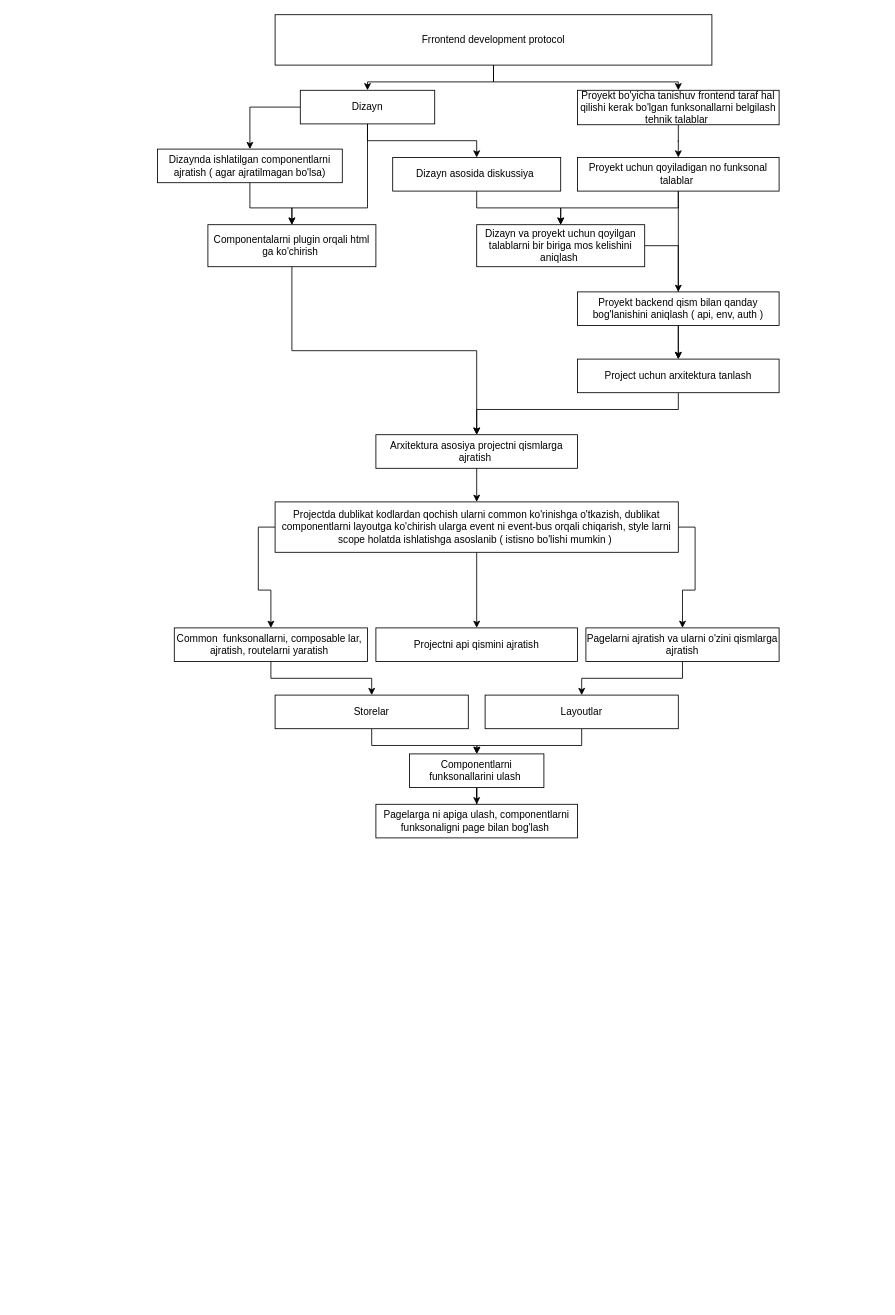
Above: Untitled Diagram.drawio in AkhrorbekDev/diagrams (draw.io), before the change. Source tidied: cells renumbered, new cells numbered last; positions are measured from the earlier drawing's top-left corner, leaving out a move shared by most shapes. Both pictures are drawn from the tidied source at 84%, with x=0, y=0 at pixel (157, 14).
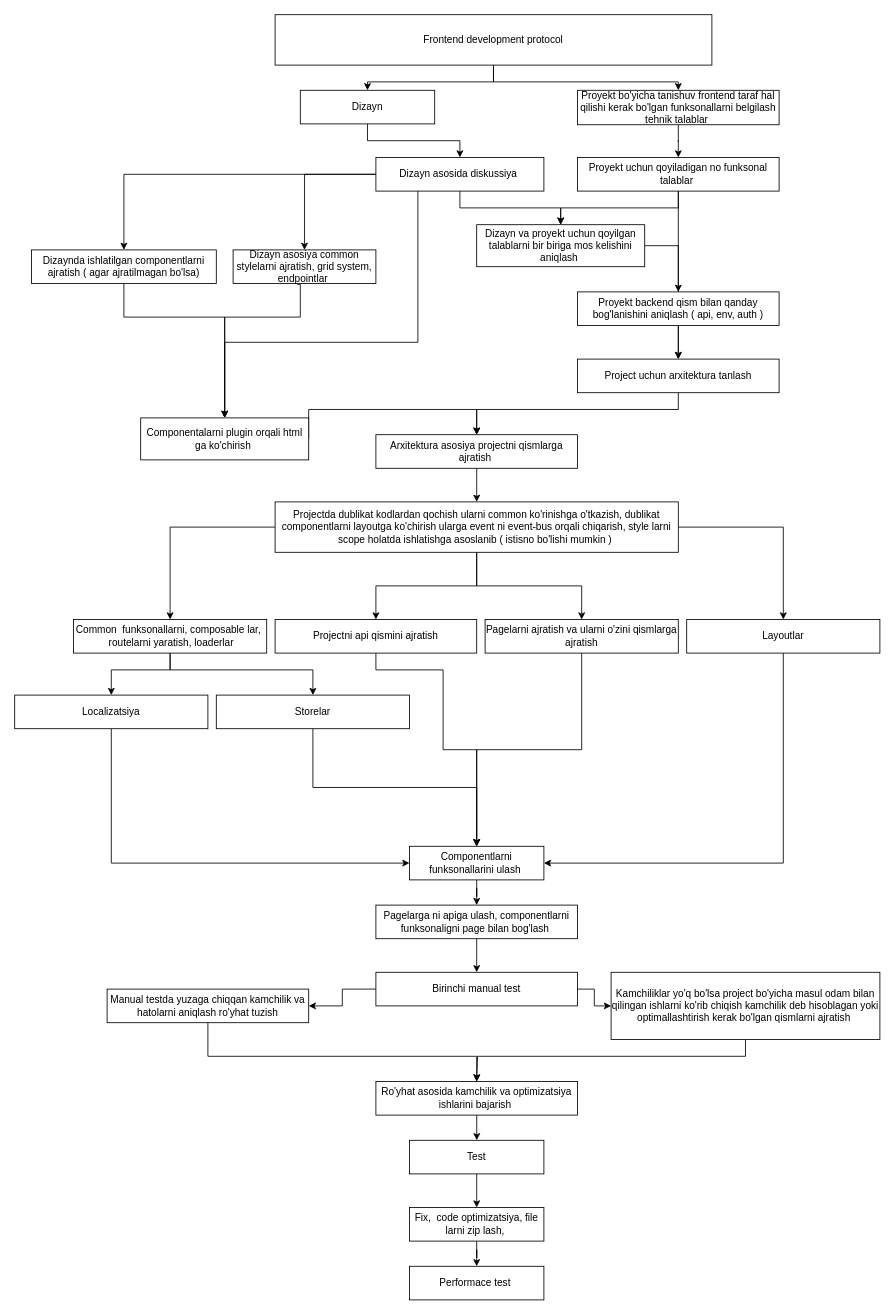
Above is the later version.

Unchanged cells that the change refers to:
```xml
<mxCell id="8" value="Dizayn" style="rounded=0;whiteSpace=wrap;html=1;" parent="1" vertex="1">
  <mxGeometry x="170" y="90" width="160" height="40" as="geometry" />
</mxCell>
<mxCell id="25" value="Arxitektura asosiya projectni qismlarga ajratish&amp;nbsp;" style="rounded=0;whiteSpace=wrap;html=1;" parent="1" vertex="1">
  <mxGeometry x="260" y="500" width="240" height="40" as="geometry" />
</mxCell>
<mxCell id="40" value="Projectda dublikat kodlardan qochish ularni common ko'rinishga o'tkazish, dublikat componentlarni layoutga ko'chirish ularga event ni event-bus orqali chiqarish, style larni scope holatda ishlatishga asoslanib ( istisno bo'lishi mumkin )&amp;nbsp;" style="rounded=0;whiteSpace=wrap;html=1;" parent="1" vertex="1">
  <mxGeometry x="140" y="580" width="480" height="60" as="geometry" />
</mxCell>
```

Change to the diagram source:
```diff
@@
-    <mxCell id="4" value="Frrontend development protocol" style="rounded=0;whiteSpace=wrap;html=1;" parent="1" vertex="1">
+    <mxCell id="4" value="Frontend development protocol" style="rounded=0;whiteSpace=wrap;html=1;" parent="1" vertex="1">
       <mxGeometry x="140" width="520" height="60" as="geometry" />
     </mxCell>
@@
-    <mxCell id="6" style="edgeStyle=orthogonalEdgeStyle;rounded=0;jettySize=auto;html=1;exitX=0.5;exitY=1;exitDx=0;exitDy=0;entryX=0.5;entryY=0;entryDx=0;entryDy=0;" parent="1" edge="1" source="8" target="12">
+    <mxCell id="6" style="edgeStyle=orthogonalEdgeStyle;rounded=0;jettySize=auto;html=1;exitX=0.25;exitY=1;exitDx=0;exitDy=0;entryX=0.5;entryY=0;entryDx=0;entryDy=0;" parent="1" edge="1" source="14" target="12">
       <mxGeometry relative="1" as="geometry">
         <Array as="points">
-          <mxPoint x="250" y="230" />
-          <mxPoint x="160" y="230" />
+          <mxPoint x="310" y="390" />
+          <mxPoint x="80" y="390" />
         </Array>
       </mxGeometry>
     </mxCell>
-    <mxCell id="7" style="edgeStyle=orthogonalEdgeStyle;rounded=0;jettySize=auto;html=1;exitX=0;exitY=0.5;exitDx=0;exitDy=0;entryX=0.5;entryY=0;entryDx=0;entryDy=0;" parent="1" edge="1" source="8" target="10">
+    <mxCell id="7" style="edgeStyle=orthogonalEdgeStyle;rounded=0;jettySize=auto;html=1;exitX=0;exitY=0.5;exitDx=0;exitDy=0;entryX=0.5;entryY=0;entryDx=0;entryDy=0;" parent="1" edge="1" source="14" target="10">
       <mxGeometry relative="1" as="geometry" />
     </mxCell>
+    <mxCell id="44" style="edgeStyle=orthogonalEdgeStyle;rounded=0;jettySize=auto;html=1;exitX=0;exitY=0.5;exitDx=0;exitDy=0;entryX=0.5;entryY=0;entryDx=0;entryDy=0;" parent="1" edge="1" source="14" target="52">
+      <mxGeometry relative="1" as="geometry" />
+    </mxCell>
@@
     <mxCell id="9" style="edgeStyle=orthogonalEdgeStyle;rounded=0;jettySize=auto;html=1;exitX=0.5;exitY=1;exitDx=0;exitDy=0;entryX=0.5;entryY=0;entryDx=0;entryDy=0;" parent="1" edge="1" source="10" target="12">
       <mxGeometry relative="1" as="geometry">
         <Array as="points">
-          <mxPoint x="110" y="230" />
-          <mxPoint x="160" y="230" />
+          <mxPoint x="-40" y="360" />
+          <mxPoint x="80" y="360" />
         </Array>
       </mxGeometry>
     </mxCell>
     <mxCell id="10" value="Dizaynda ishlatilgan componentlarni ajratish ( agar ajratilmagan bo'lsa)" style="rounded=0;whiteSpace=wrap;html=1;" parent="1" vertex="1">
-      <mxGeometry y="160" width="220" height="40" as="geometry" />
+      <mxGeometry x="-150" y="280" width="220" height="40" as="geometry" />
     </mxCell>
-    <mxCell id="11" style="edgeStyle=orthogonalEdgeStyle;rounded=0;jettySize=auto;html=1;exitX=0.5;exitY=1;exitDx=0;exitDy=0;entryX=0.5;entryY=0;entryDx=0;entryDy=0;" parent="1" edge="1" source="12" target="25">
-      <mxGeometry relative="1" as="geometry" />
+    <mxCell id="11" style="edgeStyle=orthogonalEdgeStyle;rounded=0;jettySize=auto;html=1;exitX=1;exitY=0.5;exitDx=0;exitDy=0;entryX=0.5;entryY=0;entryDx=0;entryDy=0;" parent="1" edge="1" source="12" target="25">
+      <mxGeometry relative="1" as="geometry">
+        <Array as="points">
+          <mxPoint x="180" y="505" />
+          <mxPoint x="180" y="470" />
+          <mxPoint x="380" y="470" />
+        </Array>
+      </mxGeometry>
     </mxCell>
     <mxCell id="12" value="Componentalarni plugin orqali html ga ko'chirish&amp;nbsp;" style="rounded=0;whiteSpace=wrap;html=1;" parent="1" vertex="1">
-      <mxGeometry x="60" y="250" width="200" height="50" as="geometry" />
+      <mxGeometry x="-20" y="480" width="200" height="50" as="geometry" />
     </mxCell>
@@
     <mxCell id="14" value="Dizayn asosida diskussiya&amp;nbsp;" style="rounded=0;whiteSpace=wrap;html=1;" parent="1" vertex="1">
-      <mxGeometry x="280" y="170" width="200" height="40" as="geometry" />
+      <mxGeometry x="260" y="170" width="200" height="40" as="geometry" />
     </mxCell>
@@
     <mxCell id="26" style="edgeStyle=orthogonalEdgeStyle;rounded=0;jettySize=auto;html=1;exitX=0.5;exitY=1;exitDx=0;exitDy=0;entryX=0.5;entryY=0;entryDx=0;entryDy=0;" parent="1" edge="1" source="27" target="36">
-      <mxGeometry relative="1" as="geometry" />
+      <mxGeometry relative="1" as="geometry">
+        <Array as="points">
+          <mxPoint x="15" y="780" />
+          <mxPoint x="185" y="780" />
+        </Array>
+      </mxGeometry>
     </mxCell>
+    <mxCell id="45" style="edgeStyle=orthogonalEdgeStyle;rounded=0;jettySize=auto;html=1;exitX=0.5;exitY=1;exitDx=0;exitDy=0;entryX=0.5;entryY=0;entryDx=0;entryDy=0;" parent="1" edge="1" source="27" target="54">
+      <mxGeometry relative="1" as="geometry">
+        <Array as="points">
+          <mxPoint x="15" y="780" />
+          <mxPoint x="-55" y="780" />
+        </Array>
+      </mxGeometry>
+    </mxCell>
-    <mxCell id="27" value="Common&amp;nbsp; funksonallarni, composable lar,&amp;nbsp; ajratish, routelarni yaratish&amp;nbsp;" style="rounded=0;whiteSpace=wrap;html=1;" parent="1" vertex="1">
-      <mxGeometry x="20" y="730" width="230" height="40" as="geometry" />
+    <mxCell id="27" value="Common&amp;nbsp; funksonallarni, composable lar,&amp;nbsp; &amp;nbsp;routelarni yaratish, loaderlar" style="rounded=0;whiteSpace=wrap;html=1;" parent="1" vertex="1">
+      <mxGeometry x="-100" y="720" width="230" height="40" as="geometry" />
     </mxCell>
-    <mxCell id="28" style="edgeStyle=orthogonalEdgeStyle;rounded=0;jettySize=auto;html=1;exitX=0.5;exitY=1;exitDx=0;exitDy=0;" parent="1" edge="1" source="29" target="34">
-      <mxGeometry relative="1" as="geometry" />
-    </mxCell>
+    <mxCell id="46" style="edgeStyle=orthogonalEdgeStyle;rounded=0;jettySize=auto;html=1;exitX=0.5;exitY=1;exitDx=0;exitDy=0;entryX=0.5;entryY=0;entryDx=0;entryDy=0;" parent="1" edge="1" source="29" target="42">
+      <mxGeometry relative="1" as="geometry" />
+    </mxCell>
     <mxCell id="29" value="Pagelarni ajratish va ularni o'zini qismlarga ajratish" style="rounded=0;whiteSpace=wrap;html=1;" parent="1" vertex="1">
-      <mxGeometry x="510" y="730" width="230" height="40" as="geometry" />
+      <mxGeometry x="390" y="720" width="230" height="40" as="geometry" />
     </mxCell>
+    <mxCell id="47" style="edgeStyle=orthogonalEdgeStyle;rounded=0;jettySize=auto;html=1;exitX=0.5;exitY=1;exitDx=0;exitDy=0;" parent="1" edge="1" source="30" target="42">
+      <mxGeometry relative="1" as="geometry">
+        <Array as="points">
+          <mxPoint x="260" y="780" />
+          <mxPoint x="340" y="780" />
+          <mxPoint x="340" y="875" />
+          <mxPoint x="380" y="875" />
+        </Array>
+      </mxGeometry>
+    </mxCell>
     <mxCell id="30" value="Projectni api qismini ajratish" style="rounded=0;whiteSpace=wrap;html=1;" parent="1" vertex="1">
-      <mxGeometry x="260" y="730" width="240" height="40" as="geometry" />
+      <mxGeometry x="140" y="720" width="240" height="40" as="geometry" />
     </mxCell>
@@
-    <mxCell id="33" style="edgeStyle=orthogonalEdgeStyle;rounded=0;jettySize=auto;html=1;exitX=0.5;exitY=1;exitDx=0;exitDy=0;" parent="1" edge="1" source="34">
-      <mxGeometry relative="1" as="geometry">
-        <mxPoint x="380" y="880" as="targetPoint" />
-      </mxGeometry>
-    </mxCell>
+    <mxCell id="48" style="edgeStyle=orthogonalEdgeStyle;rounded=0;jettySize=auto;html=1;exitX=0.5;exitY=1;exitDx=0;exitDy=0;entryX=1;entryY=0.5;entryDx=0;entryDy=0;" parent="1" edge="1" source="34" target="42">
+      <mxGeometry relative="1" as="geometry" />
+    </mxCell>
     <mxCell id="34" value="Layoutlar" style="rounded=0;whiteSpace=wrap;html=1;" parent="1" vertex="1">
-      <mxGeometry x="390" y="810" width="230" height="40" as="geometry" />
+      <mxGeometry x="630" y="720" width="230" height="40" as="geometry" />
     </mxCell>
@@
     <mxCell id="36" value="Storelar" style="rounded=0;whiteSpace=wrap;html=1;" parent="1" vertex="1">
-      <mxGeometry x="140" y="810" width="230" height="40" as="geometry" />
+      <mxGeometry x="70" y="810" width="230" height="40" as="geometry" />
     </mxCell>
@@
-    <mxCell id="39" style="edgeStyle=orthogonalEdgeStyle;rounded=0;jettySize=auto;html=1;exitX=1;exitY=0.5;exitDx=0;exitDy=0;entryX=0.5;entryY=0;entryDx=0;entryDy=0;" parent="1" edge="1" source="40" target="29">
+    <mxCell id="39" style="edgeStyle=orthogonalEdgeStyle;rounded=0;jettySize=auto;html=1;exitX=0.5;exitY=1;exitDx=0;exitDy=0;entryX=0.5;entryY=0;entryDx=0;entryDy=0;" parent="1" edge="1" source="40" target="29">
       <mxGeometry relative="1" as="geometry" />
     </mxCell>
+    <mxCell id="49" style="edgeStyle=orthogonalEdgeStyle;rounded=0;jettySize=auto;html=1;exitX=1;exitY=0.5;exitDx=0;exitDy=0;entryX=0.5;entryY=0;entryDx=0;entryDy=0;" parent="1" edge="1" source="40" target="34">
+      <mxGeometry relative="1" as="geometry" />
+    </mxCell>
@@
     <mxCell id="42" value="Componentlarni funksonallarini ulash&amp;nbsp;" style="rounded=0;whiteSpace=wrap;html=1;" parent="1" vertex="1">
-      <mxGeometry x="300" y="880" width="160" height="40" as="geometry" />
+      <mxGeometry x="300" y="990" width="160" height="40" as="geometry" />
     </mxCell>
+    <mxCell id="50" style="edgeStyle=orthogonalEdgeStyle;rounded=0;jettySize=auto;html=1;" parent="1" edge="1" source="43" target="57">
+      <mxGeometry relative="1" as="geometry" />
+    </mxCell>
     <mxCell id="43" value="Pagelarga ni apiga ulash, componentlarni funksonaligni page bilan bog'lash&amp;nbsp;" style="rounded=0;whiteSpace=wrap;html=1;" parent="1" vertex="1">
-      <mxGeometry x="260" y="940" width="240" height="40" as="geometry" />
+      <mxGeometry x="260" y="1060" width="240" height="40" as="geometry" />
     </mxCell>
+    <mxCell id="51" style="edgeStyle=orthogonalEdgeStyle;rounded=0;jettySize=auto;html=1;entryX=0.5;entryY=0;entryDx=0;entryDy=0;exitX=0.449;exitY=1.025;exitDx=0;exitDy=0;exitPerimeter=0;" parent="1" edge="1" source="52" target="12">
+      <mxGeometry relative="1" as="geometry">
+        <Array as="points">
+          <mxPoint x="170" y="321" />
+          <mxPoint x="170" y="360" />
+          <mxPoint x="80" y="360" />
+        </Array>
+      </mxGeometry>
+    </mxCell>
+    <mxCell id="52" value="Dizayn asosiya common stylelarni ajratish, grid system, endpointlar&amp;nbsp;" style="rounded=0;whiteSpace=wrap;html=1;" parent="1" vertex="1">
+      <mxGeometry x="90" y="280" width="170" height="40" as="geometry" />
+    </mxCell>
+    <mxCell id="53" style="edgeStyle=orthogonalEdgeStyle;rounded=0;jettySize=auto;html=1;exitX=0.5;exitY=1;exitDx=0;exitDy=0;entryX=0;entryY=0.5;entryDx=0;entryDy=0;" parent="1" edge="1" source="54" target="42">
+      <mxGeometry relative="1" as="geometry" />
+    </mxCell>
+    <mxCell id="54" value="Localizatsiya" style="rounded=0;whiteSpace=wrap;html=1;" parent="1" vertex="1">
+      <mxGeometry x="-170" y="810" width="230" height="40" as="geometry" />
+    </mxCell>
+    <mxCell id="55" style="edgeStyle=orthogonalEdgeStyle;rounded=0;jettySize=auto;html=1;" parent="1" edge="1" source="57" target="59">
+      <mxGeometry relative="1" as="geometry" />
+    </mxCell>
+    <mxCell id="56" style="edgeStyle=orthogonalEdgeStyle;rounded=0;jettySize=auto;html=1;" parent="1" edge="1" source="57" target="61">
+      <mxGeometry relative="1" as="geometry" />
+    </mxCell>
+    <mxCell id="57" value="Birinchi manual test" style="rounded=0;whiteSpace=wrap;html=1;" parent="1" vertex="1">
+      <mxGeometry x="260" y="1140" width="240" height="40" as="geometry" />
+    </mxCell>
+    <mxCell id="58" style="edgeStyle=orthogonalEdgeStyle;rounded=0;jettySize=auto;html=1;exitX=0.5;exitY=1;exitDx=0;exitDy=0;" parent="1" edge="1" source="59" target="63">
+      <mxGeometry relative="1" as="geometry">
+        <Array as="points">
+          <mxPoint x="60" y="1240" />
+          <mxPoint x="380" y="1240" />
+        </Array>
+      </mxGeometry>
+    </mxCell>
+    <mxCell id="59" value="Manual testda yuzaga chiqqan kamchilik va hatolarni aniqlash ro'yhat tuzish" style="rounded=0;whiteSpace=wrap;html=1;" parent="1" vertex="1">
+      <mxGeometry x="-60" y="1160" width="240" height="40" as="geometry" />
+    </mxCell>
+    <mxCell id="60" style="edgeStyle=orthogonalEdgeStyle;rounded=0;jettySize=auto;html=1;exitX=0.5;exitY=1;exitDx=0;exitDy=0;entryX=0.5;entryY=0;entryDx=0;entryDy=0;" parent="1" edge="1" source="61" target="63">
+      <mxGeometry relative="1" as="geometry">
+        <Array as="points">
+          <mxPoint x="700" y="1240" />
+          <mxPoint x="381" y="1240" />
+          <mxPoint x="381" y="1270" />
+        </Array>
+      </mxGeometry>
+    </mxCell>
+    <mxCell id="61" value="Kamchiliklar yo'q bo'lsa project bo'yicha masul odam bilan qilingan ishlarni ko'rib chiqish kamchilik deb hisoblagan yoki optimallashtirish kerak bo'lgan qismlarni ajratish&amp;nbsp;" style="rounded=0;whiteSpace=wrap;html=1;" parent="1" vertex="1">
+      <mxGeometry x="540" y="1140" width="320" height="80" as="geometry" />
+    </mxCell>
+    <mxCell id="62" style="edgeStyle=orthogonalEdgeStyle;rounded=0;jettySize=auto;html=1;exitX=0.5;exitY=1;exitDx=0;exitDy=0;" parent="1" edge="1" source="63">
+      <mxGeometry relative="1" as="geometry">
+        <mxPoint x="380.1" y="1340" as="targetPoint" />
+      </mxGeometry>
+    </mxCell>
+    <mxCell id="63" value="Ro'yhat asosida kamchilik va optimizatsiya ishlarini bajarish&amp;nbsp;" style="rounded=0;whiteSpace=wrap;html=1;" parent="1" vertex="1">
+      <mxGeometry x="260" y="1270" width="240" height="40" as="geometry" />
+    </mxCell>
+    <mxCell id="64" style="edgeStyle=orthogonalEdgeStyle;rounded=0;jettySize=auto;html=1;" parent="1" edge="1" source="65" target="67">
+      <mxGeometry relative="1" as="geometry" />
+    </mxCell>
+    <mxCell id="65" value="Test" style="rounded=0;whiteSpace=wrap;html=1;" parent="1" vertex="1">
+      <mxGeometry x="300" y="1340" width="160" height="40" as="geometry" />
+    </mxCell>
+    <mxCell id="66" style="edgeStyle=orthogonalEdgeStyle;rounded=0;jettySize=auto;html=1;" parent="1" edge="1" source="67" target="68">
+      <mxGeometry relative="1" as="geometry" />
+    </mxCell>
+    <mxCell id="67" value="Fix,&amp;nbsp; code optimizatsiya, file larni zip lash,&amp;nbsp;" style="rounded=0;whiteSpace=wrap;html=1;" parent="1" vertex="1">
+      <mxGeometry x="300" y="1420" width="160" height="40" as="geometry" />
+    </mxCell>
+    <mxCell id="68" value="Performace test&amp;nbsp;" style="rounded=0;whiteSpace=wrap;html=1;" parent="1" vertex="1">
+      <mxGeometry x="300" y="1490" width="160" height="40" as="geometry" />
+    </mxCell>
```
